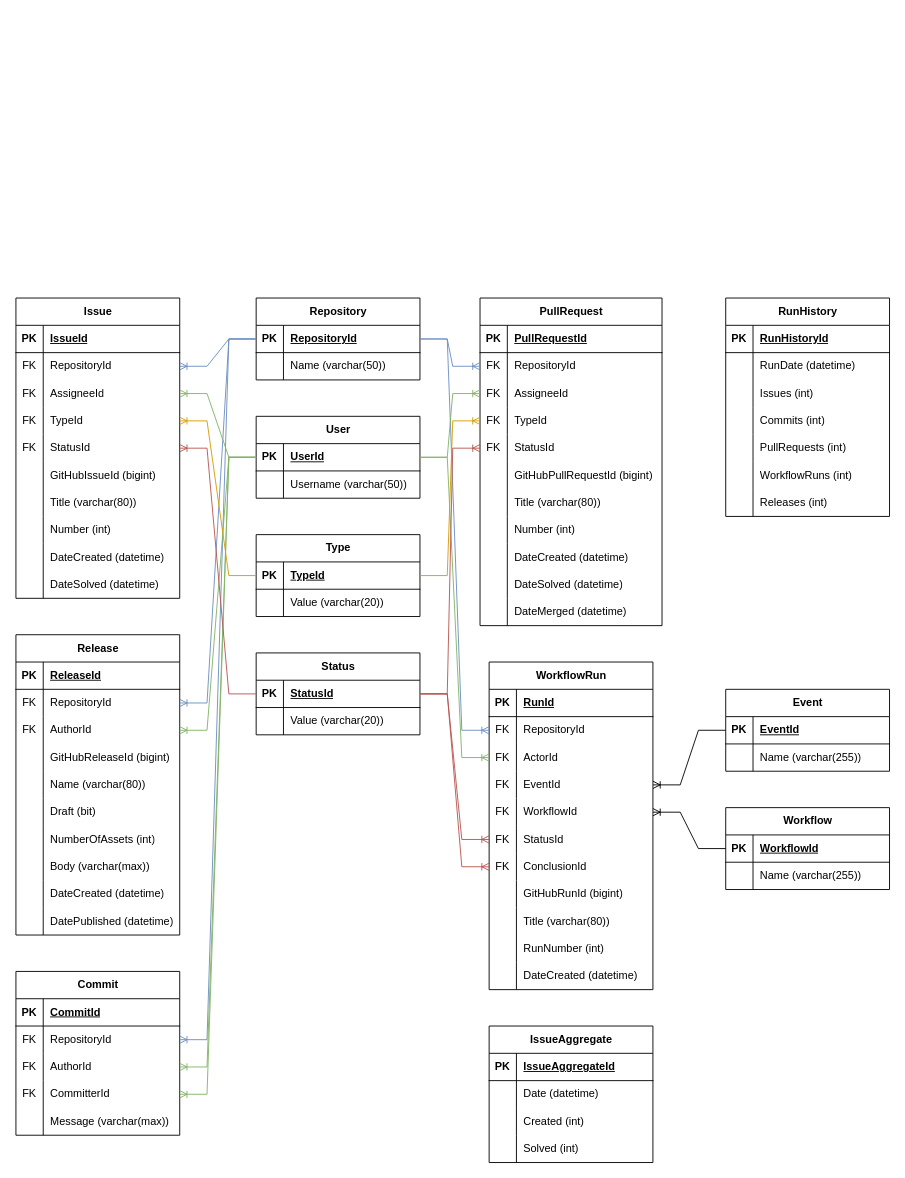
Above: GitHub Scraper/Database ERD.drawio in LegendarySpork9/Other-Projects (draw.io), before the change. Source tidied: cells renumbered, new cells numbered last; positions are measured from the earlier drawing's top-left corner, leaving out a move shared by most shapes. Both pictures are drawn from the tidied source at 91%, with x=0, y=0 at pixel (15, 298).
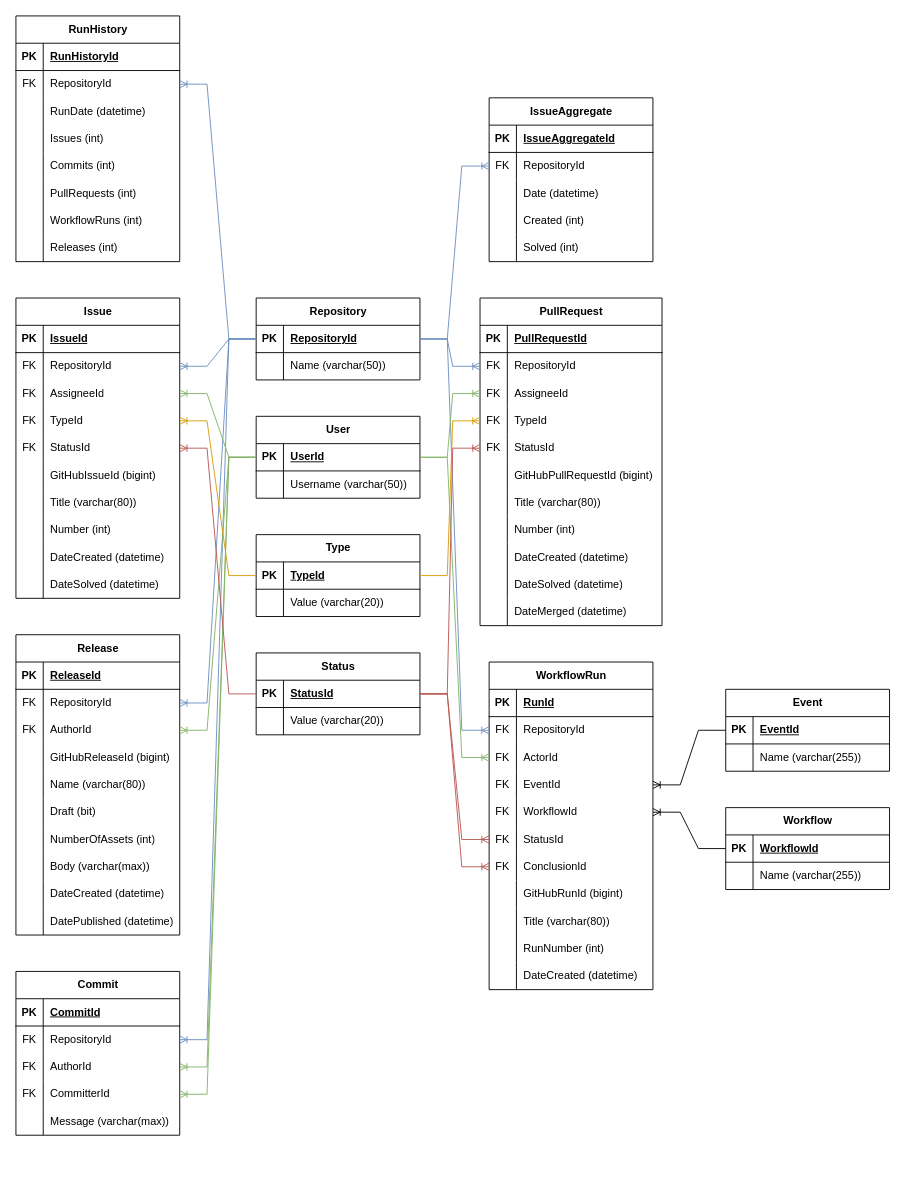
Above is the later version.

The change refers to these unchanged cells:
```xml
<mxCell id="170" style="shape=tableRow;horizontal=0;startSize=0;swimlaneHead=0;swimlaneBody=0;fillColor=none;points=[[0,0.5],[1,0.5]];portConstraint=eastwest;top=0;left=0;right=0;bottom=1;" parent="169" vertex="1">
  <mxGeometry y="30" width="180" height="30" as="geometry" />
</mxCell>
```

What changed in the source:
```diff
@@
     <mxCell id="209" value="IssueAggregate" style="shape=table;startSize=30;childLayout=tableLayout;rowLines=0;fontStyle=1;align=center;html=1;" parent="1" vertex="1">
-      <mxGeometry x="520" y="800" width="180" height="150" as="geometry" />
+      <mxGeometry x="520" y="-220" width="180" height="180" as="geometry" />
     </mxCell>
@@
+    <mxCell id="244" style="shape=tableRow;horizontal=0;startSize=0;swimlaneHead=0;swimlaneBody=0;fillColor=none;points=[[0,0.5],[1,0.5]];portConstraint=eastwest;top=0;left=0;right=0;bottom=0;" parent="209" vertex="1">
+      <mxGeometry y="60" width="180" height="30" as="geometry" />
+    </mxCell>
+    <mxCell id="245" value="FK" style="shape=partialRectangle;fillColor=none;top=0;left=0;bottom=0;right=0;overflow=hidden;whiteSpace=wrap;html=1;" parent="244" vertex="1">
+      <mxGeometry width="30" height="30" as="geometry" />
+    </mxCell>
+    <mxCell id="246" value="RepositoryId" style="shape=partialRectangle;fillColor=none;top=0;left=0;bottom=0;right=0;align=left;spacingLeft=6;overflow=hidden;whiteSpace=wrap;html=1;" parent="244" vertex="1">
+      <mxGeometry x="30" width="150" height="30" as="geometry" />
+    </mxCell>
     <mxCell id="213" style="shape=tableRow;horizontal=0;startSize=0;swimlaneHead=0;swimlaneBody=0;fillColor=none;top=0;left=0;right=0;bottom=0;" parent="209" vertex="1">
-      <mxGeometry y="60" width="180" height="30" as="geometry" />
+      <mxGeometry y="90" width="180" height="30" as="geometry" />
     </mxCell>
@@
     <mxCell id="216" style="shape=tableRow;horizontal=0;startSize=0;swimlaneHead=0;swimlaneBody=0;fillColor=none;top=0;left=0;right=0;bottom=0;" parent="209" vertex="1">
-      <mxGeometry y="90" width="180" height="30" as="geometry" />
+      <mxGeometry y="120" width="180" height="30" as="geometry" />
     </mxCell>
@@
     <mxCell id="219" style="shape=tableRow;horizontal=0;startSize=0;swimlaneHead=0;swimlaneBody=0;fillColor=none;top=0;left=0;right=0;bottom=0;" parent="209" vertex="1">
-      <mxGeometry y="120" width="180" height="30" as="geometry" />
+      <mxGeometry y="150" width="180" height="30" as="geometry" />
     </mxCell>
@@
     <mxCell id="222" value="RunHistory" style="shape=table;startSize=30;childLayout=tableLayout;rowLines=0;fontStyle=1;align=center;html=1;" parent="1" vertex="1">
-      <mxGeometry x="780" width="180" height="240" as="geometry" />
+      <mxGeometry y="-310" width="180" height="270" as="geometry" />
     </mxCell>
@@
+    <mxCell id="247" style="shape=tableRow;horizontal=0;startSize=0;swimlaneHead=0;swimlaneBody=0;fillColor=none;points=[[0,0.5],[1,0.5]];portConstraint=eastwest;top=0;left=0;right=0;bottom=0;" parent="222" vertex="1">
+      <mxGeometry y="60" width="180" height="30" as="geometry" />
+    </mxCell>
+    <mxCell id="248" value="FK" style="shape=partialRectangle;fillColor=none;top=0;left=0;bottom=0;right=0;overflow=hidden;whiteSpace=wrap;html=1;" parent="247" vertex="1">
+      <mxGeometry width="30" height="30" as="geometry" />
+    </mxCell>
+    <mxCell id="249" value="RepositoryId" style="shape=partialRectangle;fillColor=none;top=0;left=0;bottom=0;right=0;align=left;spacingLeft=6;overflow=hidden;whiteSpace=wrap;html=1;" parent="247" vertex="1">
+      <mxGeometry x="30" width="150" height="30" as="geometry" />
+    </mxCell>
     <mxCell id="226" style="shape=tableRow;horizontal=0;startSize=0;swimlaneHead=0;swimlaneBody=0;fillColor=none;top=0;left=0;right=0;bottom=0;" parent="222" vertex="1">
-      <mxGeometry y="60" width="180" height="30" as="geometry" />
+      <mxGeometry y="90" width="180" height="30" as="geometry" />
     </mxCell>
@@
     <mxCell id="229" style="shape=tableRow;horizontal=0;startSize=0;swimlaneHead=0;swimlaneBody=0;fillColor=none;top=0;left=0;right=0;bottom=0;" parent="222" vertex="1">
-      <mxGeometry y="90" width="180" height="30" as="geometry" />
+      <mxGeometry y="120" width="180" height="30" as="geometry" />
     </mxCell>
@@
     <mxCell id="232" style="shape=tableRow;horizontal=0;startSize=0;swimlaneHead=0;swimlaneBody=0;fillColor=none;top=0;left=0;right=0;bottom=0;" parent="222" vertex="1">
-      <mxGeometry y="120" width="180" height="30" as="geometry" />
+      <mxGeometry y="150" width="180" height="30" as="geometry" />
     </mxCell>
@@
     <mxCell id="235" style="shape=tableRow;horizontal=0;startSize=0;swimlaneHead=0;swimlaneBody=0;fillColor=none;top=0;left=0;right=0;bottom=0;" parent="222" vertex="1">
-      <mxGeometry y="150" width="180" height="30" as="geometry" />
+      <mxGeometry y="180" width="180" height="30" as="geometry" />
     </mxCell>
@@
     <mxCell id="238" style="shape=tableRow;horizontal=0;startSize=0;swimlaneHead=0;swimlaneBody=0;fillColor=none;top=0;left=0;right=0;bottom=0;" parent="222" vertex="1">
-      <mxGeometry y="180" width="180" height="30" as="geometry" />
+      <mxGeometry y="210" width="180" height="30" as="geometry" />
     </mxCell>
@@
     <mxCell id="241" style="shape=tableRow;horizontal=0;startSize=0;swimlaneHead=0;swimlaneBody=0;fillColor=none;top=0;left=0;right=0;bottom=0;" parent="222" vertex="1">
-      <mxGeometry y="210" width="180" height="30" as="geometry" />
+      <mxGeometry y="240" width="180" height="30" as="geometry" />
     </mxCell>
@@
+    <mxCell id="250" style="edgeStyle=entityRelationEdgeStyle;fontSize=12;html=1;endArrow=ERoneToMany;rounded=0;exitX=0;exitY=0.5;exitDx=0;exitDy=0;entryX=1;entryY=0.5;entryDx=0;entryDy=0;fillColor=#dae8fc;strokeColor=#6c8ebf;" parent="1" edge="1" source="170" target="247">
+      <mxGeometry relative="1" as="geometry" />
+    </mxCell>
+    <mxCell id="251" style="edgeStyle=entityRelationEdgeStyle;fontSize=12;html=1;endArrow=ERoneToMany;rounded=0;entryX=0;entryY=0.5;entryDx=0;entryDy=0;exitX=1;exitY=0.5;exitDx=0;exitDy=0;fillColor=#dae8fc;strokeColor=#6c8ebf;" parent="1" edge="1" source="170" target="244">
+      <mxGeometry relative="1" as="geometry" />
+    </mxCell>
```
